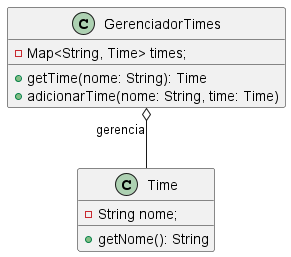
The PlantUML diagram out/DiagramasIMG/motivacao_sem_multiton.png in 20242-ifba-saj-ads-ppr/framework-equipe5, before a commit.
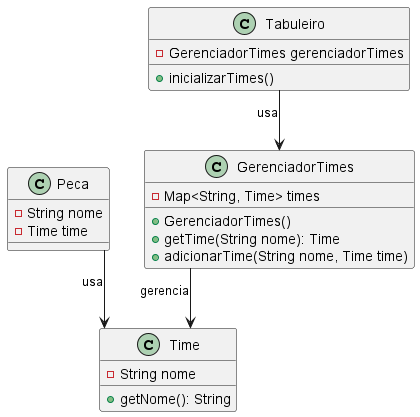
After the commit.

The edit, as a diff of the source:
```diff
@@ -1,18 +1,29 @@
 @startuml
-
 skinparam linetype ortho
 
+class GerenciadorTimes {
+    - Map<String, Time> times
+    + GerenciadorTimes()
+    + getTime(String nome): Time
+    + adicionarTime(String nome, Time time)
+}
+
 class Time {
-    - String nome;
+    - String nome
     + getNome(): String
 }
 
-class GerenciadorTimes {
-    - Map<String, Time> times;
-    + getTime(nome: String): Time
-    + adicionarTime(nome: String, time: Time)
+class Tabuleiro {
+    - GerenciadorTimes gerenciadorTimes
+    + inicializarTimes()
 }
 
-GerenciadorTimes o-- Time : gerencia
+class Peca {
+    - String nome
+    - Time time
+}
 
+GerenciadorTimes --> Time : gerencia
+Tabuleiro --> GerenciadorTimes : usa
+Peca --> Time : usa
 @enduml
```
